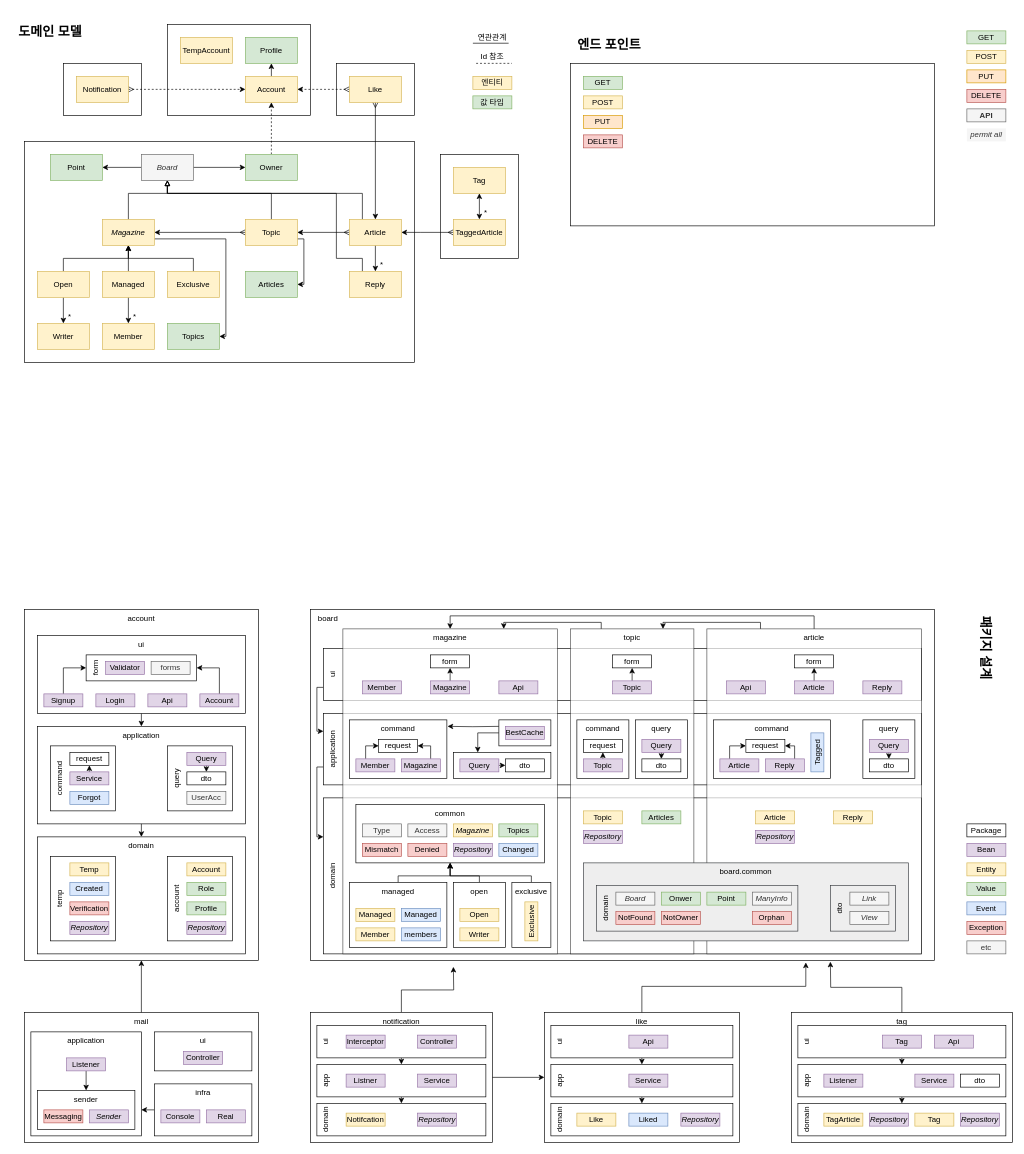
suloginscene/dinner keeps this draw.io diagram as diagram.drawio. Above is the earlier version. Source tidied: cells renumbered, new cells numbered last; positions are measured from the earlier drawing's top-left corner, leaving out a move shared by most shapes. Both pictures are drawn from the tidied source at 65%, with x=0, y=0 at pixel (11, 11).
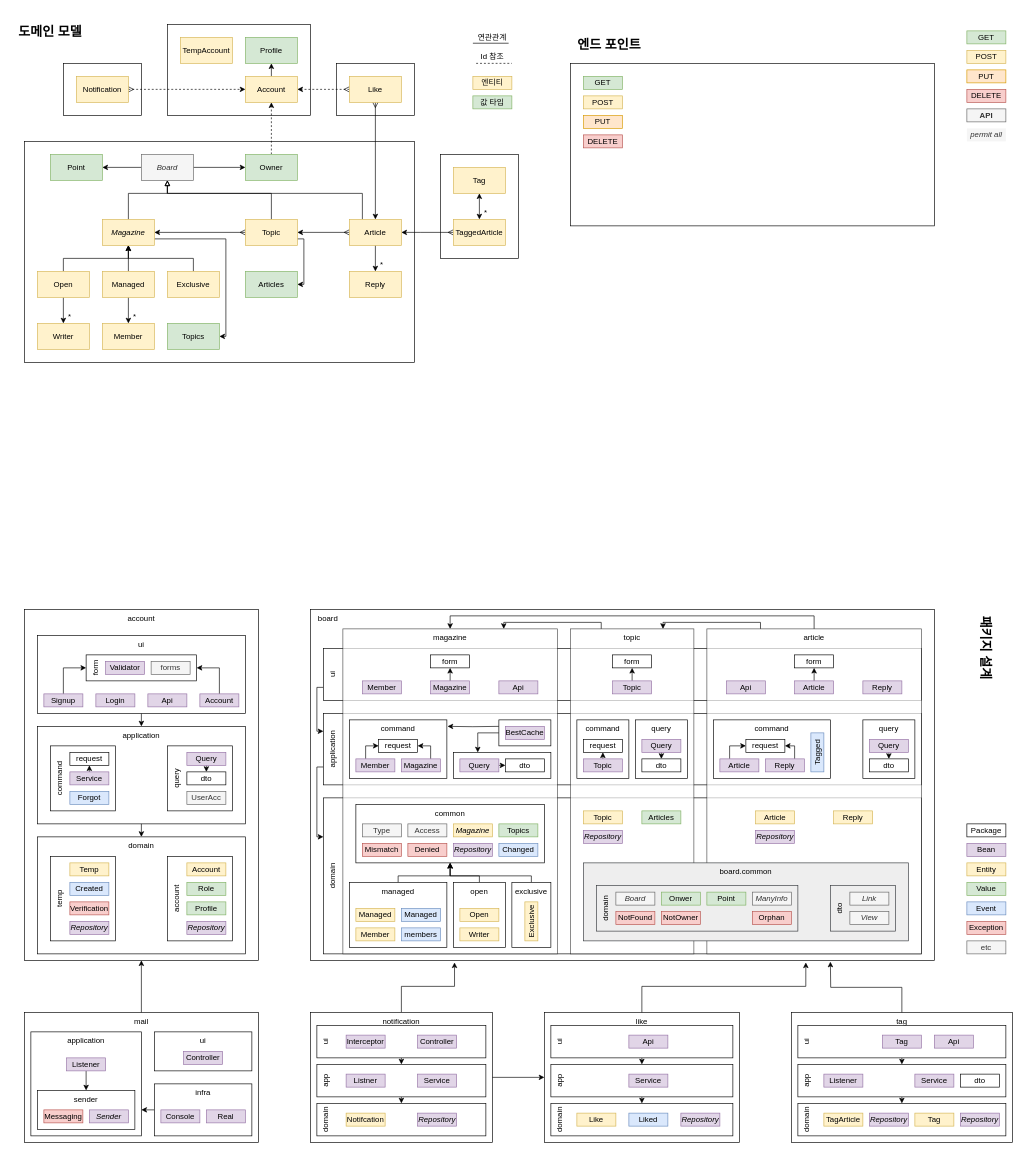
The same page after the edit.

The change refers to these unchanged cells:
```xml
<mxCell id="2" value="board" style="rounded=0;whiteSpace=wrap;html=1;horizontal=1;verticalAlign=top;align=left;spacingLeft=10;" parent="1" vertex="1">
  <mxGeometry x="460" y="920" width="960" height="540" as="geometry" />
</mxCell>
<mxCell id="19" value="notification" style="rounded=0;whiteSpace=wrap;html=1;horizontal=1;verticalAlign=top;" parent="1" vertex="1">
  <mxGeometry x="460" y="1540" width="280" height="200" as="geometry" />
</mxCell>
<mxCell id="127" value="Reply" style="rounded=0;whiteSpace=wrap;html=1;strokeColor=#d6b656;fillColor=#fff2cc;" parent="1" vertex="1">
  <mxGeometry x="520" y="400" width="80" height="40" as="geometry" />
</mxCell>
<mxCell id="162" value="Board" style="rounded=0;whiteSpace=wrap;html=1;strokeColor=#666666;fillColor=#f5f5f5;fontStyle=2;fontColor=#333333;" parent="1" vertex="1">
  <mxGeometry x="200" y="220" width="80" height="40" as="geometry" />
</mxCell>
```

Diff of the diagram source:
```diff
@@
-    <mxCell id="18" style="edgeStyle=orthogonalEdgeStyle;rounded=0;jettySize=auto;html=1;exitX=0.5;exitY=0;exitDx=0;exitDy=0;startArrow=none;startFill=0;endArrow=classic;endFill=1;" parent="1" edge="1" source="19">
-      <mxGeometry relative="1" as="geometry">
-        <mxPoint x="680" y="1470" as="targetPoint" />
-      </mxGeometry>
+    <mxCell id="18" style="edgeStyle=orthogonalEdgeStyle;rounded=0;jettySize=auto;html=1;exitX=0.5;exitY=0;exitDx=0;exitDy=0;startArrow=none;startFill=0;endArrow=classic;endFill=1;entryX=0.231;entryY=1.006;entryDx=0;entryDy=0;entryPerimeter=0;" parent="1" edge="1" source="19" target="2">
+      <mxGeometry relative="1" as="geometry" />
     </mxCell>
@@
-    <mxCell id="126" style="edgeStyle=orthogonalEdgeStyle;rounded=0;jettySize=auto;html=1;exitX=0.25;exitY=0;exitDx=0;exitDy=0;entryX=0.5;entryY=1;entryDx=0;entryDy=0;endArrow=block;endFill=0;" parent="1" edge="1" source="127" target="162">
-      <mxGeometry relative="1" as="geometry">
-        <Array as="points">
-          <mxPoint x="540" y="380" />
-          <mxPoint x="500" y="380" />
-          <mxPoint x="500" y="280" />
-          <mxPoint x="240" y="280" />
-        </Array>
-      </mxGeometry>
-    </mxCell>
```
